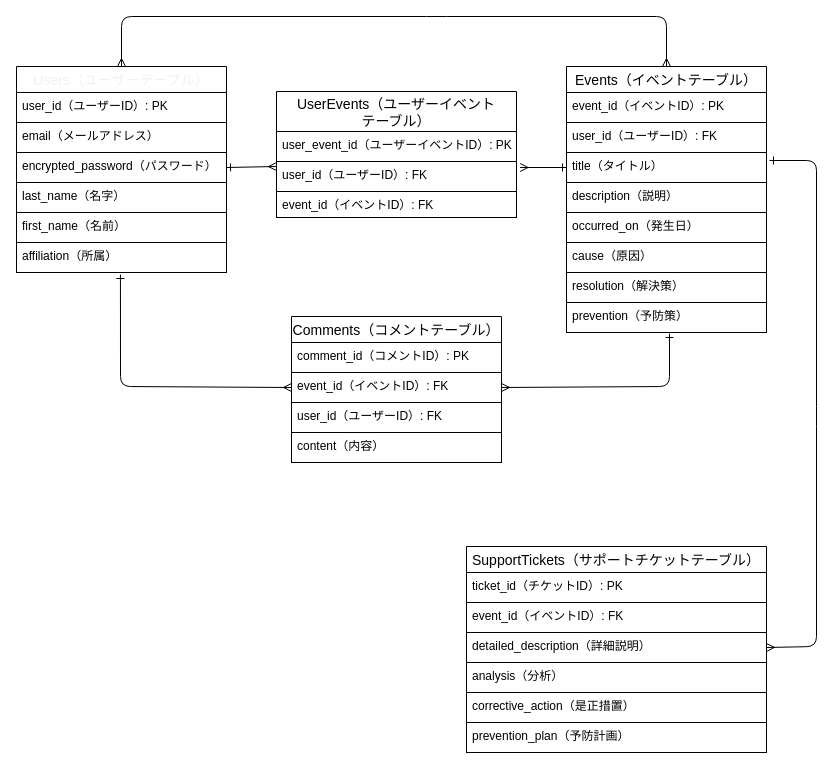
rikatussei/trouble_solver_navigator keeps this draw.io diagram as docs/database_structure.dio. Above is the earlier version. Source tidied: cells renumbered, new cells numbered last; positions are measured from the earlier drawing's top-left corner, leaving out a move shared by most shapes. Both pictures are drawn from the tidied source at 100%, with x=0, y=0 at pixel (16, 16).
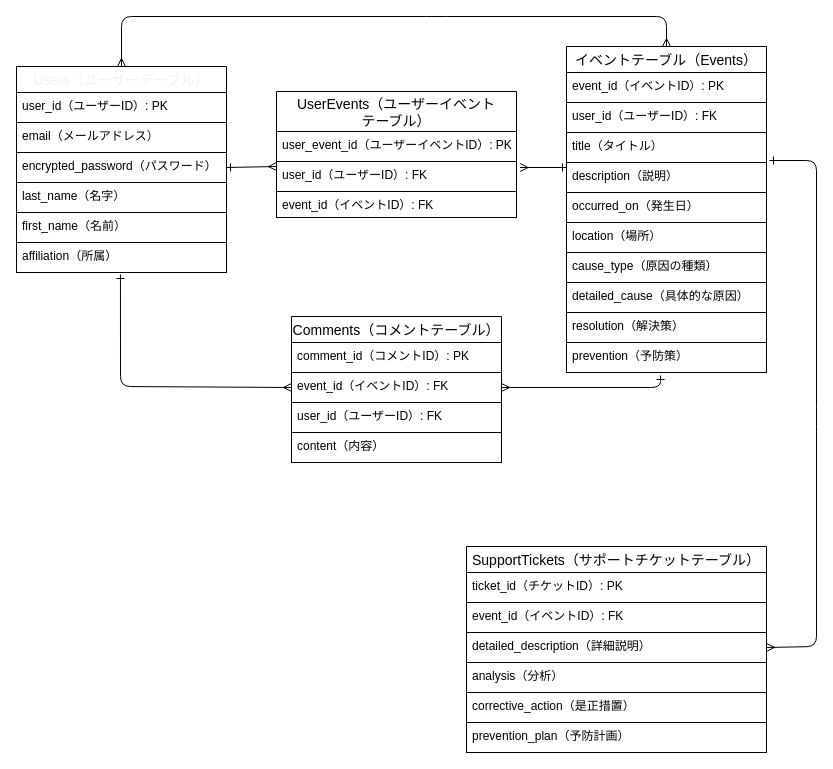
Above is the later version.

The change refers to these unchanged cells:
```xml
<mxCell id="2" value="Users（ユーザーテーブル）" style="swimlane;fontStyle=0;horizontal=1;startSize=26;align=center;fontSize=14;fontColor=#F0F0F0;labelBackgroundColor=default;fillColor=default;labelBorderColor=none;" parent="1" vertex="1">
  <mxGeometry y="50" width="210" height="206" as="geometry" />
</mxCell>
<mxCell id="21" value="event_id（イベントID）: FK" style="text;strokeColor=default;fillColor=none;spacingLeft=4;spacingRight=4;overflow=hidden;points=[[0,0.5],[1,0.5]];portConstraint=eastwest;fontSize=12;" parent="19" vertex="1">
  <mxGeometry y="56" width="210" height="30" as="geometry" />
</mxCell>
<mxCell id="27" value="detailed_description（詳細説明）" style="text;strokeColor=none;fillColor=none;spacingLeft=4;spacingRight=4;overflow=hidden;points=[[0,0.5],[1,0.5]];portConstraint=eastwest;fontSize=12;" parent="24" vertex="1">
  <mxGeometry y="86" width="300" height="30" as="geometry" />
</mxCell>
<mxCell id="34" value="user_id（ユーザーID）: FK" style="text;strokeColor=none;fillColor=none;spacingLeft=4;spacingRight=4;overflow=hidden;points=[[0,0.5],[1,0.5]];portConstraint=eastwest;fontSize=12;labelBorderColor=none;labelBackgroundColor=default;" parent="32" vertex="1">
  <mxGeometry y="70" width="240" height="30" as="geometry" />
</mxCell>
```

Diff of the diagram source:
```diff
@@
-    <mxCell id="9" style="edgeStyle=none;html=1;exitX=0.5;exitY=0;exitDx=0;exitDy=0;entryX=0.5;entryY=0;entryDx=0;entryDy=0;startArrow=ERmany;startFill=0;endArrow=ERmany;endFill=0;" parent="1" edge="1" source="10" target="2">
+    <mxCell id="9" style="edgeStyle=none;html=1;exitX=0.5;exitY=0;exitDx=0;exitDy=0;entryX=0.5;entryY=0;entryDx=0;entryDy=0;startArrow=ERmany;startFill=0;endArrow=ERmany;endFill=0;" parent="1" edge="1" source="40" target="2">
       <mxGeometry relative="1" as="geometry">
         <Array as="points">
           <mxPoint x="650" />
           <mxPoint x="420" />
           <mxPoint x="105" />
         </Array>
       </mxGeometry>
     </mxCell>
-    <mxCell id="10" value="Events（イベントテーブル）" style="swimlane;fontStyle=0;horizontal=1;startSize=26;align=center;fontSize=14;labelBackgroundColor=default;" parent="1" vertex="1">
-      <mxGeometry x="550" y="50" width="200" height="266" as="geometry" />
-    </mxCell>
-    <mxCell id="11" value="event_id（イベントID）: PK" style="text;strokeColor=default;fillColor=none;spacingLeft=4;spacingRight=4;overflow=hidden;fontSize=12;" parent="10" vertex="1">
-      <mxGeometry y="26" width="200" height="30" as="geometry" />
-    </mxCell>
-    <mxCell id="12" value="user_id（ユーザーID）: FK" style="text;strokeColor=default;fillColor=none;spacingLeft=4;spacingRight=4;overflow=hidden;fontSize=12;" parent="10" vertex="1">
-      <mxGeometry y="56" width="200" height="30" as="geometry" />
-    </mxCell>
-    <mxCell id="13" value="title（タイトル）" style="text;strokeColor=default;fillColor=none;spacingLeft=4;spacingRight=4;overflow=hidden;points=[[0,0.5],[1,0.5]];portConstraint=eastwest;fontSize=12;glass=1;labelBorderColor=none;" parent="10" vertex="1">
-      <mxGeometry y="86" width="200" height="30" as="geometry" />
-    </mxCell>
-    <mxCell id="14" value="description（説明）" style="text;strokeColor=default;fillColor=none;spacingLeft=4;spacingRight=4;overflow=hidden;fontSize=12;glass=1;labelBorderColor=none;" parent="10" vertex="1">
-      <mxGeometry y="116" width="200" height="30" as="geometry" />
-    </mxCell>
-    <mxCell id="15" value="occurred_on（発生日）" style="text;strokeColor=default;fillColor=none;spacingLeft=4;spacingRight=4;overflow=hidden;fontSize=12;glass=1;labelBorderColor=none;" parent="10" vertex="1">
-      <mxGeometry y="146" width="200" height="30" as="geometry" />
-    </mxCell>
-    <mxCell id="16" value="cause（原因）" style="text;strokeColor=none;fillColor=none;spacingLeft=4;spacingRight=4;overflow=hidden;fontSize=12;glass=1;labelBorderColor=none;" parent="10" vertex="1">
-      <mxGeometry y="176" width="200" height="30" as="geometry" />
-    </mxCell>
-    <mxCell id="17" value="resolution（解決策）" style="text;strokeColor=default;fillColor=none;spacingLeft=4;spacingRight=4;overflow=hidden;fontSize=12;glass=1;labelBorderColor=none;" parent="10" vertex="1">
-      <mxGeometry y="206" width="200" height="30" as="geometry" />
-    </mxCell>
-    <mxCell id="18" value="prevention（予防策）" style="text;strokeColor=default;fillColor=none;spacingLeft=4;spacingRight=4;overflow=hidden;points=[[0,0.5],[1,0.5]];portConstraint=eastwest;fontSize=12;" parent="10" vertex="1">
-      <mxGeometry y="236" width="200" height="30" as="geometry" />
-    </mxCell>
@@
-    <mxCell id="36" style="edgeStyle=none;html=1;exitX=0;exitY=0.5;exitDx=0;exitDy=0;entryX=1.015;entryY=0.2;entryDx=0;entryDy=0;entryPerimeter=0;startArrow=ERone;startFill=0;endArrow=ERmany;endFill=0;" parent="1" edge="1" source="13" target="34">
-      <mxGeometry relative="1" as="geometry" />
+    <mxCell id="36" style="edgeStyle=none;html=1;exitX=0;exitY=0.5;exitDx=0;exitDy=0;entryX=1.015;entryY=0.2;entryDx=0;entryDy=0;entryPerimeter=0;startArrow=ERone;startFill=0;endArrow=ERmany;endFill=0;" parent="1" edge="1" target="34">
+      <mxGeometry relative="1" as="geometry">
+        <mxPoint x="550" y="151" as="sourcePoint" />
+      </mxGeometry>
     </mxCell>
@@
-    <mxCell id="38" style="edgeStyle=none;html=1;exitX=1;exitY=0.5;exitDx=0;exitDy=0;entryX=0.515;entryY=1.033;entryDx=0;entryDy=0;entryPerimeter=0;startArrow=ERmany;startFill=0;endArrow=ERone;endFill=0;" parent="1" edge="1" source="21" target="18">
+    <mxCell id="38" style="edgeStyle=none;html=1;exitX=1;exitY=0.5;exitDx=0;exitDy=0;startArrow=ERmany;startFill=0;endArrow=ERone;endFill=0;entryX=0.47;entryY=1.1;entryDx=0;entryDy=0;entryPerimeter=0;" parent="1" edge="1" source="21" target="18">
       <mxGeometry relative="1" as="geometry">
         <Array as="points">
-          <mxPoint x="653" y="370" />
+          <mxPoint x="644" y="371" />
         </Array>
       </mxGeometry>
     </mxCell>
-    <mxCell id="39" style="edgeStyle=none;html=1;exitX=1;exitY=0.5;exitDx=0;exitDy=0;entryX=1.015;entryY=0.267;entryDx=0;entryDy=0;entryPerimeter=0;startArrow=ERmany;startFill=0;endArrow=ERone;endFill=0;" parent="1" edge="1" source="27" target="13">
+    <mxCell id="39" style="edgeStyle=none;html=1;exitX=1;exitY=0.5;exitDx=0;exitDy=0;entryX=1.015;entryY=0.267;entryDx=0;entryDy=0;entryPerimeter=0;startArrow=ERmany;startFill=0;endArrow=ERone;endFill=0;" parent="1" edge="1" source="27">
       <mxGeometry relative="1" as="geometry">
+        <mxPoint x="753" y="144" as="targetPoint" />
         <Array as="points">
           <mxPoint x="800" y="630" />
           <mxPoint x="800" y="400" />
           <mxPoint x="800" y="144" />
         </Array>
       </mxGeometry>
     </mxCell>
+    <mxCell id="40" value="イベントテーブル（Events）" style="swimlane;fontStyle=0;horizontal=1;startSize=26;align=center;fontSize=14;" parent="1" vertex="1">
+      <mxGeometry x="550" y="30" width="200" height="326" as="geometry" />
+    </mxCell>
+    <mxCell id="11" value="event_id（イベントID）: PK" style="text;strokeColor=default;fillColor=none;spacingLeft=4;spacingRight=4;overflow=hidden;fontSize=12;" parent="40" vertex="1">
+      <mxGeometry y="26" width="200" height="30" as="geometry" />
+    </mxCell>
+    <mxCell id="12" value="user_id（ユーザーID）: FK" style="text;strokeColor=default;fillColor=none;spacingLeft=4;spacingRight=4;overflow=hidden;fontSize=12;" parent="40" vertex="1">
+      <mxGeometry y="56" width="200" height="30" as="geometry" />
+    </mxCell>
+    <mxCell id="13" value="title（タイトル）" style="text;strokeColor=default;fillColor=none;spacingLeft=4;spacingRight=4;overflow=hidden;points=[[0,0.5],[1,0.5]];portConstraint=eastwest;fontSize=12;glass=1;labelBorderColor=none;" parent="40" vertex="1">
+      <mxGeometry y="86" width="200" height="30" as="geometry" />
+    </mxCell>
+    <mxCell id="14" value="description（説明）" style="text;strokeColor=default;fillColor=none;spacingLeft=4;spacingRight=4;overflow=hidden;fontSize=12;glass=1;labelBorderColor=none;" parent="40" vertex="1">
+      <mxGeometry y="116" width="200" height="30" as="geometry" />
+    </mxCell>
+    <mxCell id="15" value="occurred_on（発生日）" style="text;strokeColor=default;fillColor=none;spacingLeft=4;spacingRight=4;overflow=hidden;fontSize=12;glass=1;labelBorderColor=none;" parent="40" vertex="1">
+      <mxGeometry y="146" width="200" height="30" as="geometry" />
+    </mxCell>
+    <mxCell id="41" value="location（場所）" style="text;strokeColor=none;fillColor=none;spacingLeft=4;spacingRight=4;overflow=hidden;fontSize=12;glass=1;labelBorderColor=none;" parent="40" vertex="1">
+      <mxGeometry y="176" width="200" height="30" as="geometry" />
+    </mxCell>
+    <mxCell id="42" value="cause_type（原因の種類）" style="text;strokeColor=default;fillColor=none;spacingLeft=4;spacingRight=4;overflow=hidden;fontSize=12;" parent="40" vertex="1">
+      <mxGeometry y="206" width="200" height="30" as="geometry" />
+    </mxCell>
+    <mxCell id="43" value="detailed_cause（具体的な原因）" style="text;strokeColor=default;fillColor=none;spacingLeft=4;spacingRight=4;overflow=hidden;fontSize=12;" parent="40" vertex="1">
+      <mxGeometry y="236" width="200" height="30" as="geometry" />
+    </mxCell>
+    <mxCell id="17" value="resolution（解決策）" style="text;strokeColor=default;fillColor=none;spacingLeft=4;spacingRight=4;overflow=hidden;fontSize=12;glass=1;labelBorderColor=none;" parent="40" vertex="1">
+      <mxGeometry y="266" width="200" height="30" as="geometry" />
+    </mxCell>
+    <mxCell id="18" value="prevention（予防策）" style="text;strokeColor=default;fillColor=none;spacingLeft=4;spacingRight=4;overflow=hidden;points=[[0,0.5],[1,0.5]];portConstraint=eastwest;fontSize=12;" parent="40" vertex="1">
+      <mxGeometry y="296" width="200" height="30" as="geometry" />
+    </mxCell>
```
